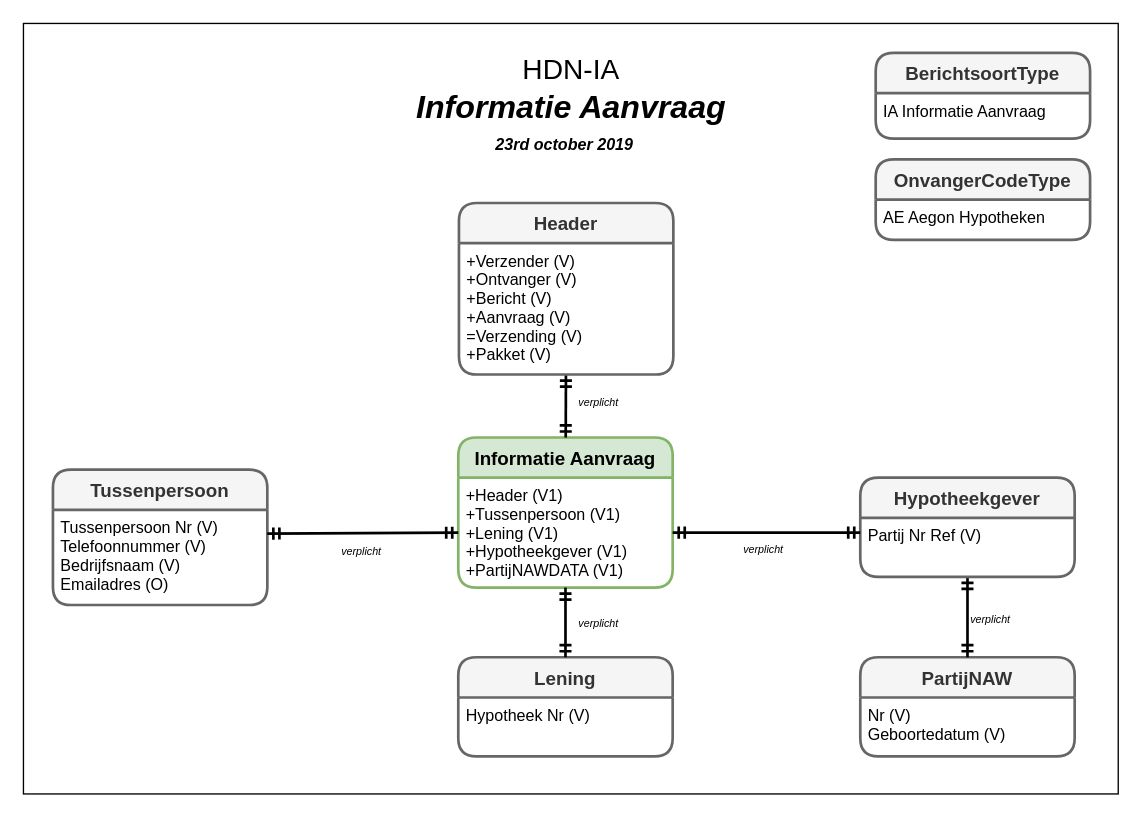
luchthandel/diagrams keeps this draw.io diagram as page "IA-bericht" (4 of 15) of 3rdPartyDatasharing-HDN-IA-IX.drawio. Above is the earlier version. Source tidied: cells renumbered, new cells numbered last; positions are measured from the earlier drawing's top-left corner, leaving out a move shared by most shapes. Both pictures are drawn from the tidied source at 134%, with x=0, y=0 at pixel (23, 23).
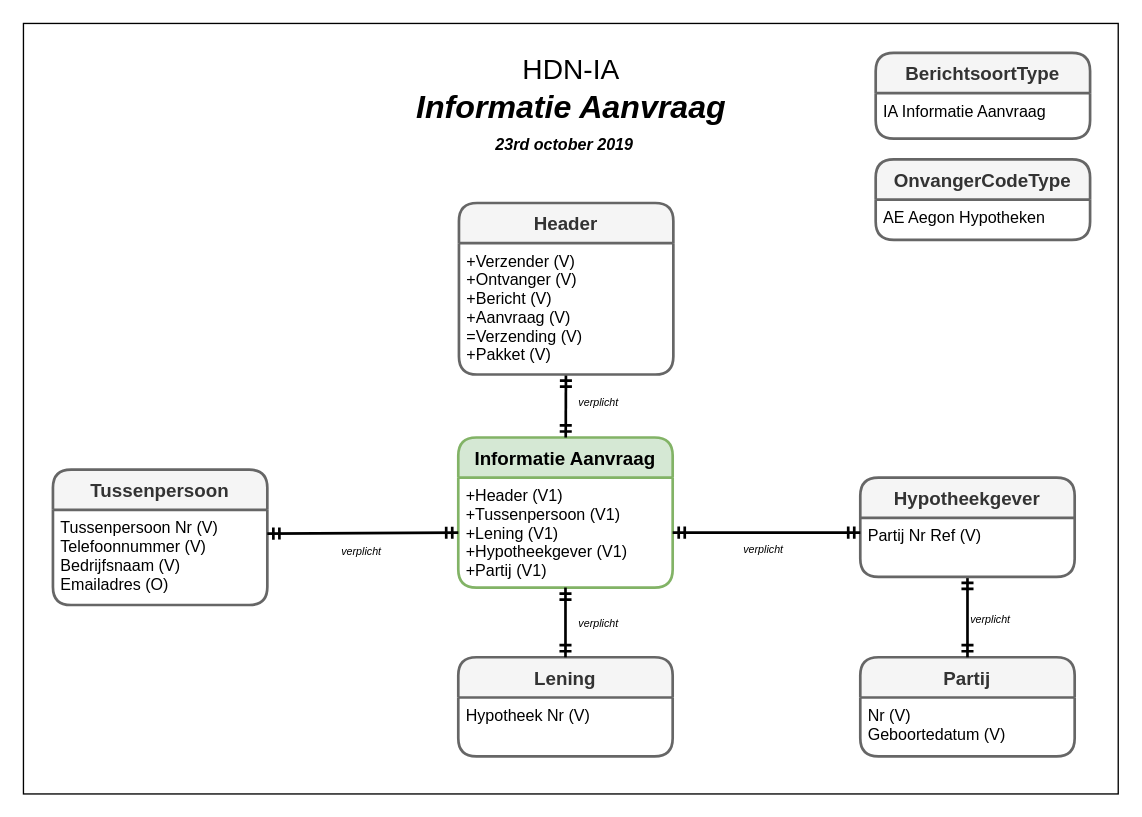
Above is the later version.

The change refers to these unchanged cells:
```xml
<mxCell id="12" value="Informatie Aanvraag" style="swimlane;horizontal=1;startSize=30;fillColor=#d5e8d4;rounded=1;fontSize=14;fontStyle=1;strokeWidth=2;shadow=0;dashed=0;align=center;strokeColor=#82b366;" parent="1" vertex="1">
  <mxGeometry x="324.5" y="309" width="160" height="112" as="geometry" />
</mxCell>
```

Change to the diagram source:
```diff
@@
-    <mxCell id="3" value="PartijNAW" style="swimlane;horizontal=1;startSize=30;fillColor=#f5f5f5;fontColor=#333333;rounded=1;fontSize=14;fontStyle=1;strokeWidth=2;shadow=0;dashed=0;align=center;strokeColor=#666666;" parent="1" vertex="1">
+    <mxCell id="3" value="Partij" style="swimlane;horizontal=1;startSize=30;fillColor=#f5f5f5;fontColor=#333333;rounded=1;fontSize=14;fontStyle=1;strokeWidth=2;shadow=0;dashed=0;align=center;strokeColor=#666666;" parent="1" vertex="1">
       <mxGeometry x="624.5" y="473" width="160" height="74" as="geometry" />
     </mxCell>
@@
-    <mxCell id="13" value="+Header (V1)&#10;+Tussenpersoon (V1)&#10;+Lening (V1)&#10;+Hypotheekgever (V1)&#10;+PartijNAWDATA (V1)" style="align=left;strokeColor=none;fillColor=none;spacingLeft=4;fontSize=12;verticalAlign=top;" parent="12" vertex="1">
+    <mxCell id="13" value="+Header (V1)&#10;+Tussenpersoon (V1)&#10;+Lening (V1)&#10;+Hypotheekgever (V1)&#10;+Partij (V1)" style="align=left;strokeColor=none;fillColor=none;spacingLeft=4;fontSize=12;verticalAlign=top;" parent="12" vertex="1">
       <mxGeometry y="30" width="160" height="82" as="geometry" />
     </mxCell>
```
